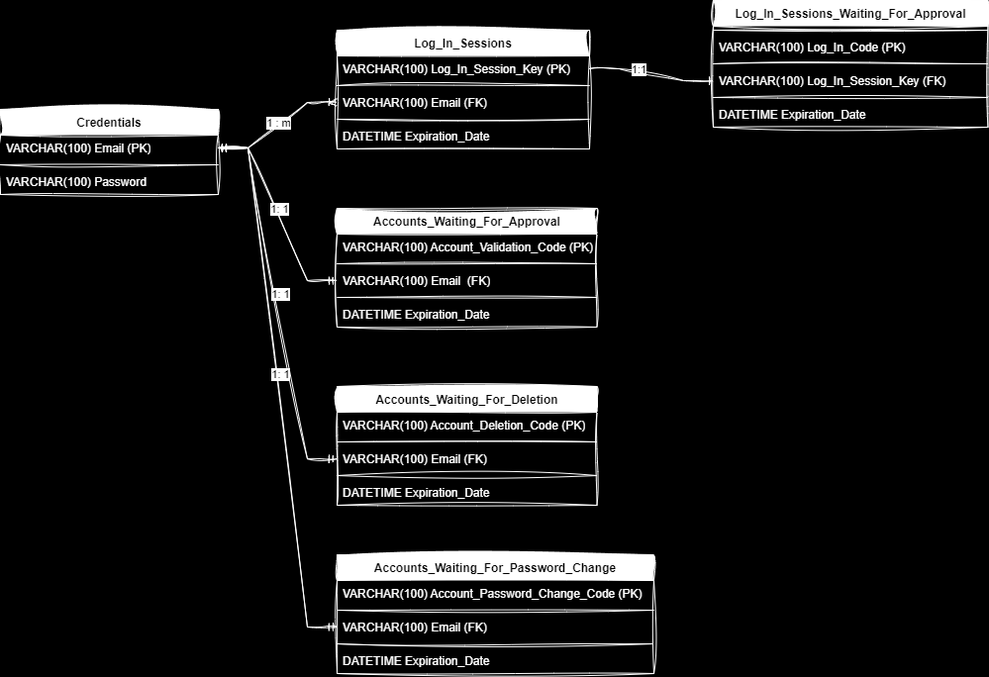
This is ThethaFTP_DB.png from CSharpTeoMan911/ThetaFTP, a draw.io export, as it was before one commit. Source tidied: cells renumbered, new cells last; positions are measured from the earlier drawing's top-left corner, leaving out a move shared by most shapes.
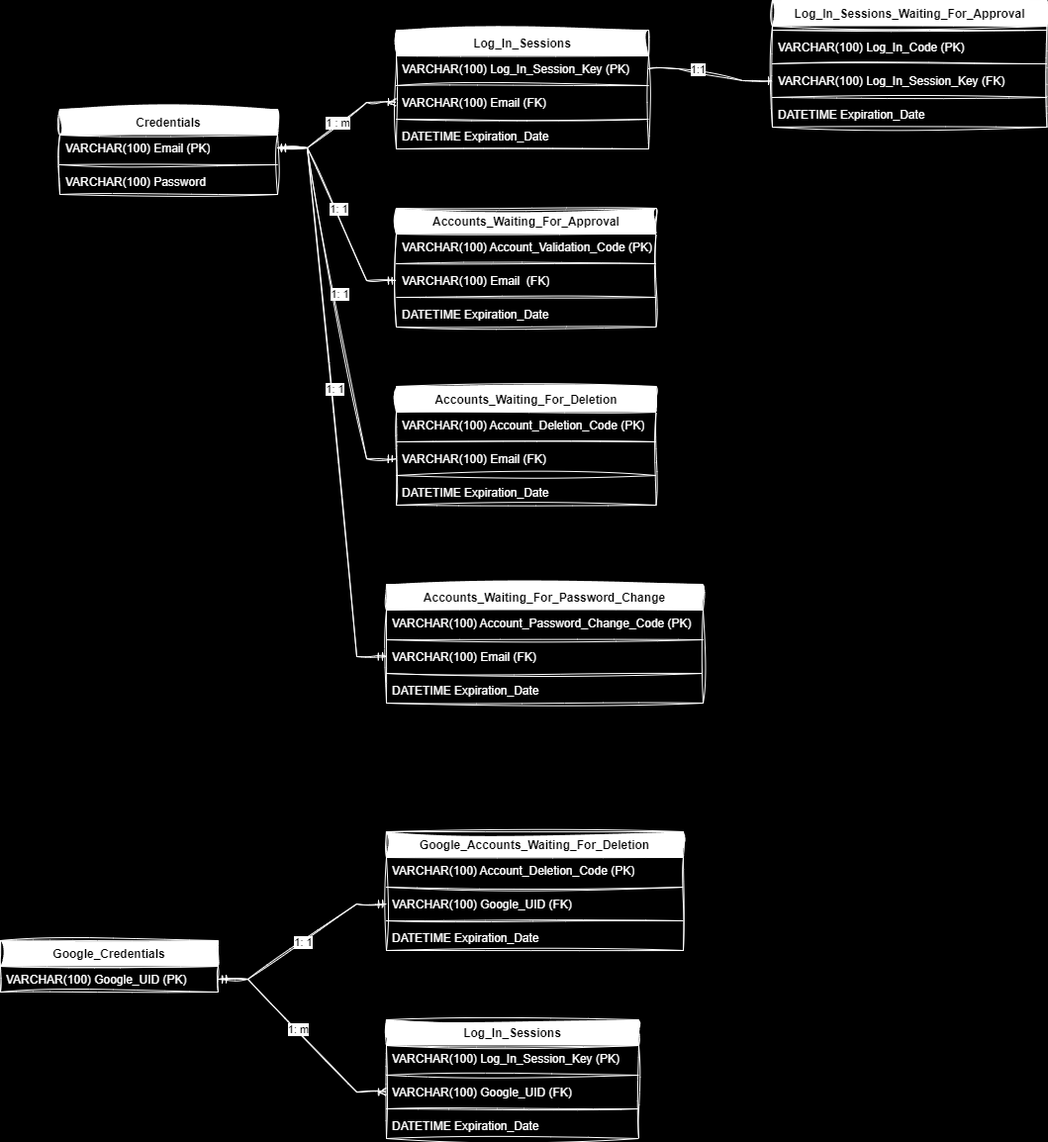
After the commit.

The edit, as a diff of the source:
```diff
@@ -120,7 +120,7 @@
       <mxGeometry x="-0.05" y="4" relative="1" as="geometry" />
     </mxCell>
     <mxCell id="39" value="Accounts_Waiting_For_Password_Change" style="swimlane;fontStyle=1;align=center;verticalAlign=top;horizontal=1;startSize=26;whiteSpace=wrap;html=1;strokeColor=#FFFFFF;sketch=1;curveFitting=1;jiggle=2;" parent="1" vertex="1">
-      <mxGeometry x="340" y="650" width="320" height="120" as="geometry" />
+      <mxGeometry x="330" y="680" width="320" height="120" as="geometry" />
     </mxCell>
     <mxCell id="40" value="VARCHAR(100) Account_Password_Change_Code (PK)" style="text;strokeColor=none;fillColor=none;align=left;verticalAlign=top;spacingLeft=4;spacingRight=4;overflow=hidden;whiteSpace=wrap;html=1;fontColor=#FFFFFF;sketch=1;curveFitting=1;jiggle=2;" parent="39" vertex="1">
       <mxGeometry y="26" width="320" height="26" as="geometry" />
@@ -143,5 +143,61 @@
     <mxCell id="46" value="1: 1" style="edgeLabel;html=1;align=center;verticalAlign=middle;sketch=1;curveFitting=1;jiggle=2;" parent="45" vertex="1">
       <mxGeometry x="-0.05" y="4" relative="1" as="geometry" />
     </mxCell>
+    <mxCell id="47" value="&lt;font style=&quot;color: rgb(0, 0, 0);&quot;&gt;Google_Credentials&lt;/font&gt;" style="swimlane;fontStyle=1;align=center;verticalAlign=top;horizontal=1;startSize=26;whiteSpace=wrap;html=1;strokeColor=#FFFFFF;sketch=1;curveFitting=1;jiggle=2;" parent="1" vertex="1">
+      <mxGeometry x="-60" y="1040" width="220" height="52" as="geometry" />
+    </mxCell>
+    <mxCell id="48" value="&lt;font style=&quot;color: rgb(255, 255, 255);&quot;&gt;VARCHAR(100) Google_UID (PK)&lt;/font&gt;" style="text;strokeColor=none;fillColor=none;align=left;verticalAlign=top;spacingLeft=4;spacingRight=4;overflow=hidden;points=[[0,0.5],[1,0.5]];portConstraint=eastwest;whiteSpace=wrap;html=1;sketch=1;curveFitting=1;jiggle=2;" parent="47" vertex="1">
+      <mxGeometry y="26" width="220" height="26" as="geometry" />
+    </mxCell>
+    <mxCell id="49" value="Google_Accounts_Waiting_For_Deletion" style="swimlane;fontStyle=1;align=center;verticalAlign=top;horizontal=1;startSize=26;whiteSpace=wrap;html=1;strokeColor=#FFFFFF;sketch=1;curveFitting=1;jiggle=2;" parent="1" vertex="1">
+      <mxGeometry x="330" y="930" width="300" height="120" as="geometry" />
+    </mxCell>
+    <mxCell id="50" value="VARCHAR(100) Account_Deletion_Code (PK)" style="text;strokeColor=none;fillColor=none;align=left;verticalAlign=top;spacingLeft=4;spacingRight=4;overflow=hidden;whiteSpace=wrap;html=1;fontColor=#FFFFFF;sketch=1;curveFitting=1;jiggle=2;" parent="49" vertex="1">
+      <mxGeometry y="26" width="300" height="26" as="geometry" />
+    </mxCell>
+    <mxCell id="51" style="line;strokeWidth=1;fillColor=none;align=left;verticalAlign=middle;spacingTop=-1;spacingLeft=3;spacingRight=3;labelPosition=right;strokeColor=#FFFFFF;sketch=1;curveFitting=1;jiggle=2;" parent="49" vertex="1">
+      <mxGeometry y="52" width="300" height="8" as="geometry" />
+    </mxCell>
+    <mxCell id="52" value="&lt;font style=&quot;color: rgb(255, 255, 255);&quot;&gt;VARCHAR(100) Google_UID&amp;nbsp;(FK)&lt;/font&gt;" style="text;strokeColor=none;fillColor=none;align=left;verticalAlign=top;spacingLeft=4;spacingRight=4;overflow=hidden;points=[[0,0.5],[1,0.5]];portConstraint=eastwest;whiteSpace=wrap;html=1;sketch=1;curveFitting=1;jiggle=2;" parent="49" vertex="1">
+      <mxGeometry y="60" width="300" height="26" as="geometry" />
+    </mxCell>
+    <mxCell id="53" style="line;strokeWidth=1;fillColor=none;align=left;verticalAlign=middle;spacingTop=-1;spacingLeft=3;spacingRight=3;labelPosition=right;strokeColor=#FFFFFF;sketch=1;curveFitting=1;jiggle=2;" parent="49" vertex="1">
+      <mxGeometry y="86" width="300" height="8" as="geometry" />
+    </mxCell>
+    <mxCell id="54" value="&lt;font style=&quot;color: rgb(255, 255, 255);&quot;&gt;DATETIME Expiration_Date&lt;/font&gt;" style="text;strokeColor=none;fillColor=none;align=left;verticalAlign=top;spacingLeft=4;spacingRight=4;overflow=hidden;whiteSpace=wrap;html=1;sketch=1;curveFitting=1;jiggle=2;" parent="49" vertex="1">
+      <mxGeometry y="94" width="300" height="26" as="geometry" />
+    </mxCell>
+    <mxCell id="55" style="edgeStyle=entityRelationEdgeStyle;fontSize=12;html=1;endArrow=ERmandOne;startArrow=ERmandOne;rounded=0;sketch=1;hachureGap=4;jiggle=2;curveFitting=1;fontFamily=Architects Daughter;fontSource=https%3A%2F%2Ffonts.googleapis.com%2Fcss%3Ffamily%3DArchitects%2BDaughter;exitX=1;exitY=0.5;exitDx=0;exitDy=0;entryX=0;entryY=0.5;entryDx=0;entryDy=0;strokeColor=#FFFFFF;" parent="1" edge="1" source="48" target="52">
+      <mxGeometry relative="1" as="geometry" />
+    </mxCell>
+    <mxCell id="56" value="&lt;span style=&quot;font-family: Helvetica;&quot;&gt;1: 1&lt;/span&gt;" style="edgeLabel;html=1;align=center;verticalAlign=middle;sketch=1;hachureGap=4;jiggle=2;curveFitting=1;fontFamily=Architects Daughter;fontSource=https%3A%2F%2Ffonts.googleapis.com%2Fcss%3Ffamily%3DArchitects%2BDaughter;" parent="55" vertex="1">
+      <mxGeometry y="-1" relative="1" as="geometry" />
+    </mxCell>
+    <mxCell id="57" value="&lt;font style=&quot;color: rgb(0, 0, 0);&quot;&gt;Log_In_Sessions&lt;/font&gt;" style="swimlane;fontStyle=1;align=center;verticalAlign=top;horizontal=1;startSize=26;whiteSpace=wrap;html=1;strokeColor=#FFFFFF;sketch=1;curveFitting=1;jiggle=2;" parent="1" vertex="1">
+      <mxGeometry x="330" y="1120" width="255" height="120" as="geometry" />
+    </mxCell>
+    <mxCell id="58" value="VARCHAR(100) Log_In_Session_Key (PK)&amp;nbsp;" style="text;strokeColor=none;fillColor=none;align=left;verticalAlign=top;spacingLeft=4;spacingRight=4;overflow=hidden;whiteSpace=wrap;html=1;fontColor=#FFFFFF;sketch=1;curveFitting=1;jiggle=2;" parent="57" vertex="1">
+      <mxGeometry y="26" width="255" height="26" as="geometry" />
+    </mxCell>
+    <mxCell id="59" style="line;strokeWidth=1;fillColor=none;align=left;verticalAlign=middle;spacingTop=-1;spacingLeft=3;spacingRight=3;labelPosition=right;strokeColor=#FFFFFF;sketch=1;curveFitting=1;jiggle=2;" parent="57" vertex="1">
+      <mxGeometry y="52" width="255" height="8" as="geometry" />
+    </mxCell>
+    <mxCell id="60" value="VARCHAR(100) Google_UID&amp;nbsp;(FK)" style="text;strokeColor=none;fillColor=none;align=left;verticalAlign=top;spacingLeft=4;spacingRight=4;overflow=hidden;points=[[0,0.5],[1,0.5]];portConstraint=eastwest;whiteSpace=wrap;html=1;fontColor=#FFFFFF;sketch=1;curveFitting=1;jiggle=2;" parent="57" vertex="1">
+      <mxGeometry y="60" width="255" height="26" as="geometry" />
+    </mxCell>
+    <mxCell id="61" style="line;strokeWidth=1;fillColor=none;align=left;verticalAlign=middle;spacingTop=-1;spacingLeft=3;spacingRight=3;labelPosition=right;strokeColor=#FFFFFF;sketch=1;curveFitting=1;jiggle=2;" parent="57" vertex="1">
+      <mxGeometry y="86" width="255" height="8" as="geometry" />
+    </mxCell>
+    <mxCell id="62" value="DATETIME Expiration_Date" style="text;strokeColor=none;fillColor=none;align=left;verticalAlign=top;spacingLeft=4;spacingRight=4;overflow=hidden;whiteSpace=wrap;html=1;fontColor=#FFFFFF;sketch=1;curveFitting=1;jiggle=2;" parent="57" vertex="1">
+      <mxGeometry y="94" width="255" height="26" as="geometry" />
+    </mxCell>
+    <mxCell id="63" style="edgeStyle=entityRelationEdgeStyle;fontSize=12;html=1;endArrow=ERoneToMany;rounded=0;sketch=1;hachureGap=4;jiggle=2;curveFitting=1;fontFamily=Architects Daughter;fontSource=https%3A%2F%2Ffonts.googleapis.com%2Fcss%3Ffamily%3DArchitects%2BDaughter;exitX=1;exitY=0.5;exitDx=0;exitDy=0;strokeColor=#FFFFFF;entryX=0;entryY=0.5;entryDx=0;entryDy=0;" parent="1" edge="1" source="48" target="60">
+      <mxGeometry relative="1" as="geometry" />
+    </mxCell>
+    <mxCell id="64" value="&lt;span style=&quot;font-family: Helvetica;&quot;&gt;1: m&lt;/span&gt;" style="edgeLabel;html=1;align=center;verticalAlign=middle;sketch=1;hachureGap=4;jiggle=2;curveFitting=1;fontFamily=Architects Daughter;fontSource=https%3A%2F%2Ffonts.googleapis.com%2Fcss%3Ffamily%3DArchitects%2BDaughter;" parent="63" vertex="1">
+      <mxGeometry x="-0.17" y="-3" relative="1" as="geometry">
+        <mxPoint x="10" y="5" as="offset" />
+      </mxGeometry>
+    </mxCell>
   </root>
 </mxGraphModel>
```
